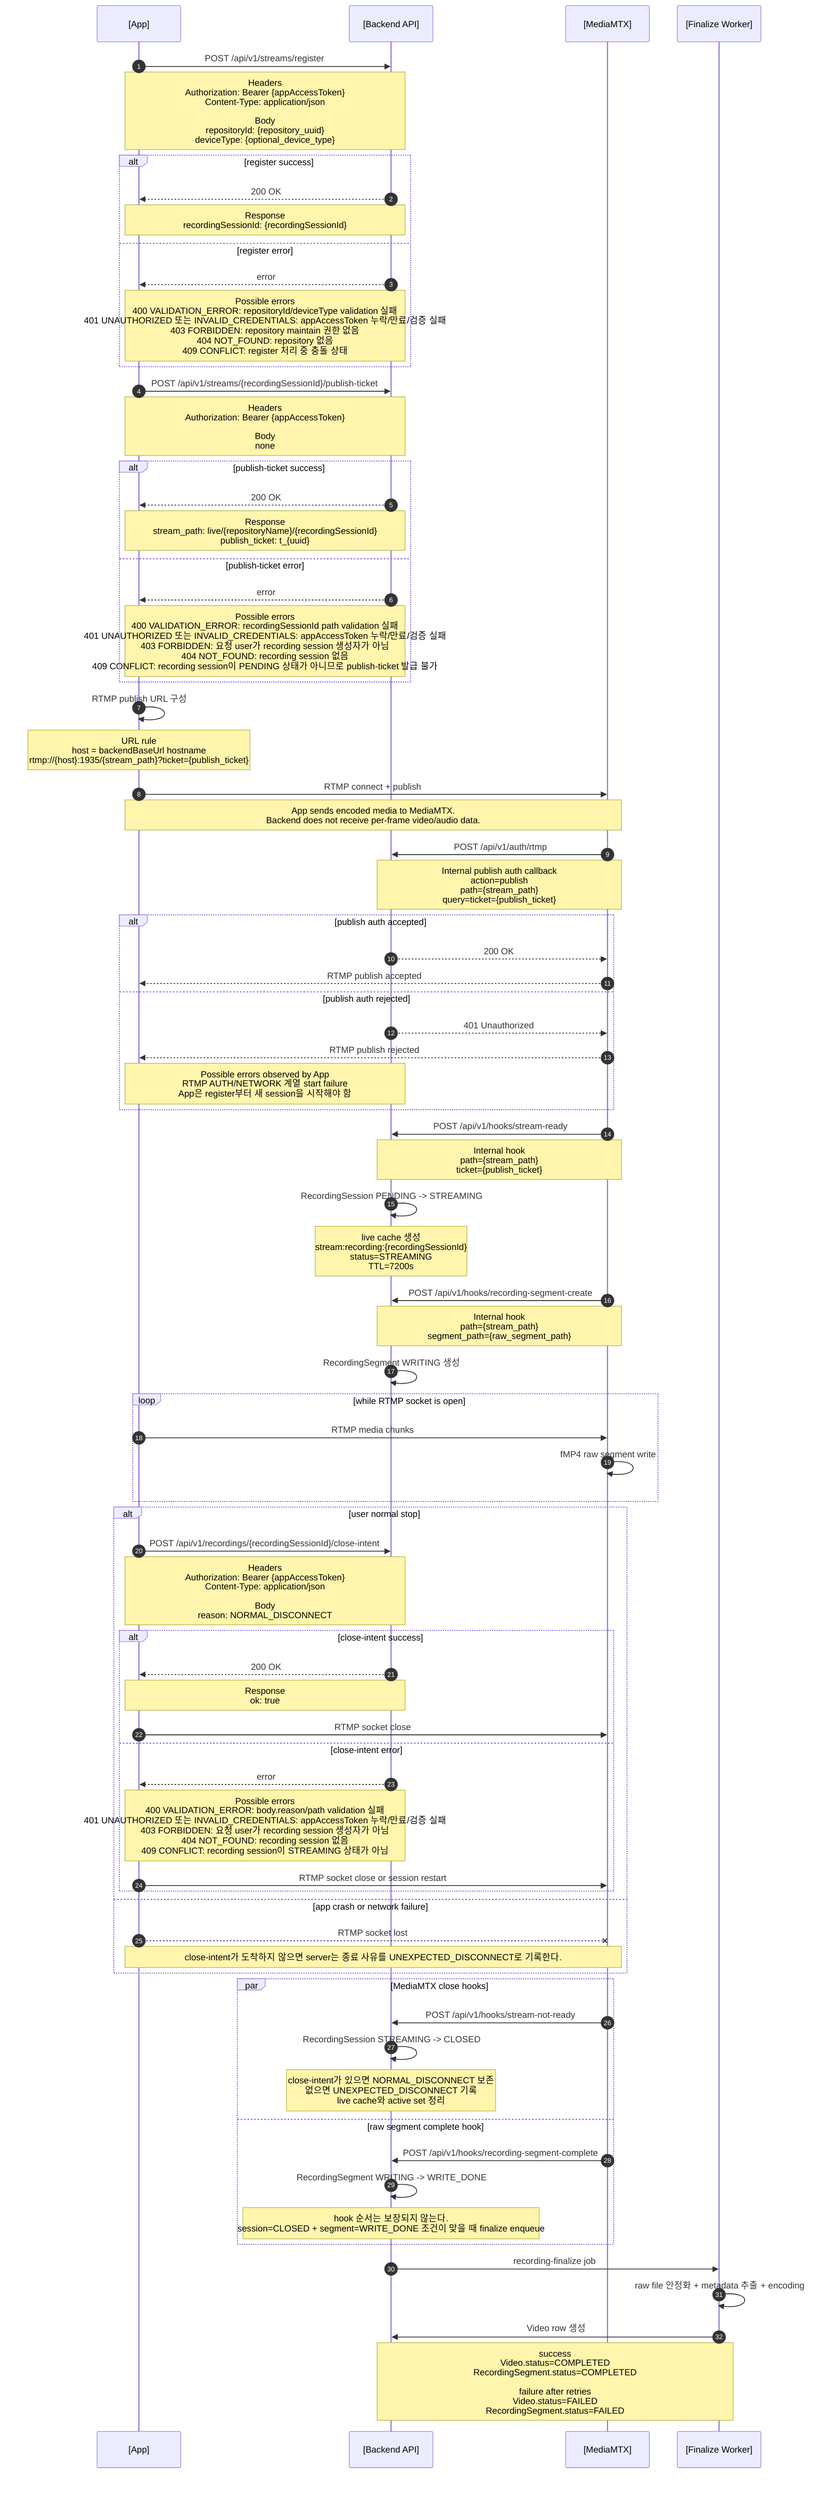
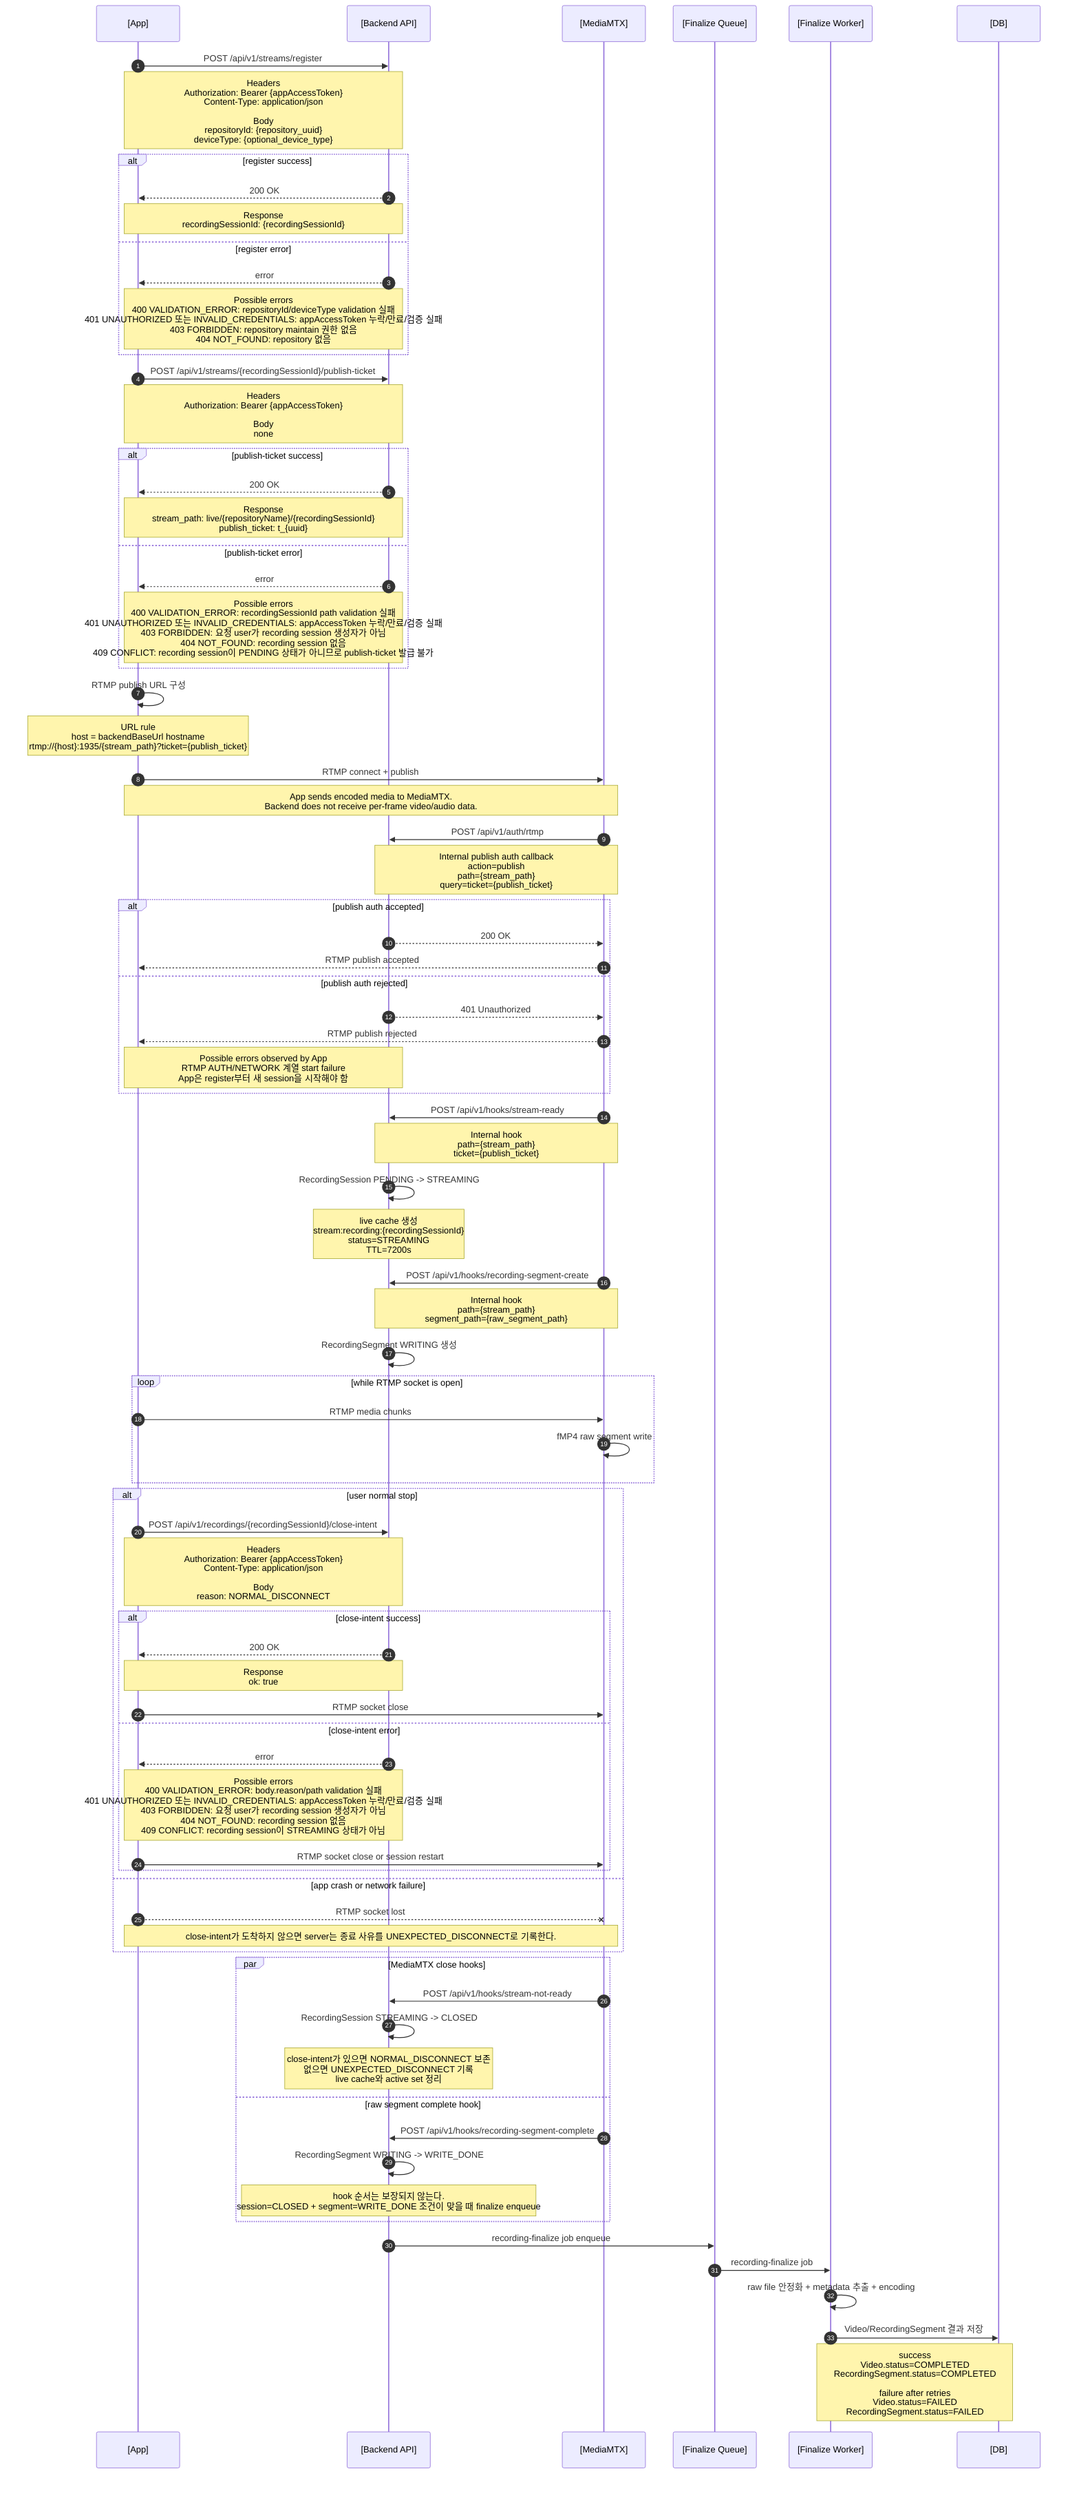
sequenceDiagram
  autonumber
  participant App as [App]
  participant Server as [Backend API]
  participant MTX as [MediaMTX]
+   participant Queue as [Finalize Queue]
  participant Worker as [Finalize Worker]
+   participant DB as [DB]

  App->>Server: POST /api/v1/streams/register
  Note over App,Server: Headers<br/>Authorization: Bearer {appAccessToken}<br/>Content-Type: application/json<br/><br/>Body<br/>repositoryId: {repository_uuid}<br/>deviceType: {optional_device_type}

  alt register success
    Server-->>App: 200 OK
    Note over App,Server: Response<br/>recordingSessionId: {recordingSessionId}
  else register error
    Server-->>App: error
-     Note over App,Server: Possible errors<br/>400 VALIDATION_ERROR: repositoryId/deviceType validation 실패<br/>401 UNAUTHORIZED 또는 INVALID_CREDENTIALS: appAccessToken 누락/만료/검증 실패<br/>403 FORBIDDEN: repository maintain 권한 없음<br/>404 NOT_FOUND: repository 없음<br/>409 CONFLICT: register 처리 중 충돌 상태
+     Note over App,Server: Possible errors<br/>400 VALIDATION_ERROR: repositoryId/deviceType validation 실패<br/>401 UNAUTHORIZED 또는 INVALID_CREDENTIALS: appAccessToken 누락/만료/검증 실패<br/>403 FORBIDDEN: repository maintain 권한 없음<br/>404 NOT_FOUND: repository 없음
  end

  App->>Server: POST /api/v1/streams/{recordingSessionId}/publish-ticket
  Note over App,Server: Headers<br/>Authorization: Bearer {appAccessToken}<br/><br/>Body<br/>none

  alt publish-ticket success
    Server-->>App: 200 OK
    Note over App,Server: Response<br/>stream_path: live/{repositoryName}/{recordingSessionId}<br/>publish_ticket: t_{uuid}
  else publish-ticket error
    Server-->>App: error
    Note over App,Server: Possible errors<br/>400 VALIDATION_ERROR: recordingSessionId path validation 실패<br/>401 UNAUTHORIZED 또는 INVALID_CREDENTIALS: appAccessToken 누락/만료/검증 실패<br/>403 FORBIDDEN: 요청 user가 recording session 생성자가 아님<br/>404 NOT_FOUND: recording session 없음<br/>409 CONFLICT: recording session이 PENDING 상태가 아니므로 publish-ticket 발급 불가
  end

  App->>App: RTMP publish URL 구성
  Note over App: URL rule<br/>host = backendBaseUrl hostname<br/>rtmp://{host}:1935/{stream_path}?ticket={publish_ticket}

  App->>MTX: RTMP connect + publish
  Note over App,MTX: App sends encoded media to MediaMTX.<br/>Backend does not receive per-frame video/audio data.

  MTX->>Server: POST /api/v1/auth/rtmp
  Note over MTX,Server: Internal publish auth callback<br/>action=publish<br/>path={stream_path}<br/>query=ticket={publish_ticket}

  alt publish auth accepted
    Server-->>MTX: 200 OK
    MTX-->>App: RTMP publish accepted
  else publish auth rejected
    Server-->>MTX: 401 Unauthorized
    MTX-->>App: RTMP publish rejected
    Note over App,Server: Possible errors observed by App<br/>RTMP AUTH/NETWORK 계열 start failure<br/>App은 register부터 새 session을 시작해야 함
  end

  MTX->>Server: POST /api/v1/hooks/stream-ready
  Note over MTX,Server: Internal hook<br/>path={stream_path}<br/>ticket={publish_ticket}
  Server->>Server: RecordingSession PENDING -> STREAMING
  Note over Server: live cache 생성<br/>stream:recording:{recordingSessionId}<br/>status=STREAMING<br/>TTL=7200s

  MTX->>Server: POST /api/v1/hooks/recording-segment-create
  Note over MTX,Server: Internal hook<br/>path={stream_path}<br/>segment_path={raw_segment_path}
  Server->>Server: RecordingSegment WRITING 생성

  loop while RTMP socket is open
    App->>MTX: RTMP media chunks
    MTX->>MTX: fMP4 raw segment write
  end

  alt user normal stop
    App->>Server: POST /api/v1/recordings/{recordingSessionId}/close-intent
    Note over App,Server: Headers<br/>Authorization: Bearer {appAccessToken}<br/>Content-Type: application/json<br/><br/>Body<br/>reason: NORMAL_DISCONNECT

    alt close-intent success
      Server-->>App: 200 OK
      Note over App,Server: Response<br/>ok: true
      App->>MTX: RTMP socket close
    else close-intent error
      Server-->>App: error
      Note over App,Server: Possible errors<br/>400 VALIDATION_ERROR: body.reason/path validation 실패<br/>401 UNAUTHORIZED 또는 INVALID_CREDENTIALS: appAccessToken 누락/만료/검증 실패<br/>403 FORBIDDEN: 요청 user가 recording session 생성자가 아님<br/>404 NOT_FOUND: recording session 없음<br/>409 CONFLICT: recording session이 STREAMING 상태가 아님
      App->>MTX: RTMP socket close or session restart
    end
  else app crash or network failure
    App--xMTX: RTMP socket lost
    Note over App,MTX: close-intent가 도착하지 않으면 server는 종료 사유를 UNEXPECTED_DISCONNECT로 기록한다.
  end

  par MediaMTX close hooks
    MTX->>Server: POST /api/v1/hooks/stream-not-ready
    Server->>Server: RecordingSession STREAMING -> CLOSED
    Note over Server: close-intent가 있으면 NORMAL_DISCONNECT 보존<br/>없으면 UNEXPECTED_DISCONNECT 기록<br/>live cache와 active set 정리
  and raw segment complete hook
    MTX->>Server: POST /api/v1/hooks/recording-segment-complete
    Server->>Server: RecordingSegment WRITING -> WRITE_DONE
    Note over Server: hook 순서는 보장되지 않는다.<br/>session=CLOSED + segment=WRITE_DONE 조건이 맞을 때 finalize enqueue
  end

-   Server->>Worker: recording-finalize job
+   Server->>Queue: recording-finalize job enqueue
+   Queue->>Worker: recording-finalize job
  Worker->>Worker: raw file 안정화 + metadata 추출 + encoding
-   Worker->>Server: Video row 생성
-   Note over Worker,Server: success<br/>Video.status=COMPLETED<br/>RecordingSegment.status=COMPLETED<br/><br/>failure after retries<br/>Video.status=FAILED<br/>RecordingSegment.status=FAILED
+   Worker->>DB: Video/RecordingSegment 결과 저장
+   Note over Worker,DB: success<br/>Video.status=COMPLETED<br/>RecordingSegment.status=COMPLETED<br/><br/>failure after retries<br/>Video.status=FAILED<br/>RecordingSegment.status=FAILED

%% 참고:
%% 이 문서는 App과 server-side streaming system 사이의 계약을 한 장으로 요약한다.
%% MediaMTX와 Finalize Worker는 server-side component이며, App이 직접 호출하는 HTTP API는 아니다.
%% 공통 error body shape:
%% { "error": { "code": "{ERROR_CODE}", "message": "{human_readable_message}", "details": {optional_details} } }
%% HTTP status code는 AppError.statusCode 또는 validation/auth middleware에서 결정된다.
%% App 계약:
%% App이 직접 호출하는 streaming HTTP API는 register, publish-ticket, close-intent다.
%% MediaMTX auth callback, MediaMTX hooks, finalize worker는 server-side 내부 흐름이며 App이 직접 호출하지 않는다.
%% App은 publish-ticket 응답의 stream_path와 publish_ticket만 사용해 RTMP publish URL을 만든다.
%% RTMP URL은 backendBaseUrl hostname, port 1935, returned stream_path, returned publish_ticket으로 구성한다.
%% App은 열린 RTMP publisher socket으로 encoded video/audio payload를 MediaMTX에 전송한다.
%% Backend는 per-frame video/audio data를 받지 않고 MediaMTX hook 이벤트와 worker job만 처리한다.
%% App은 legacy POST /api/v1/recordings/{recordingSessionId}/stop API를 호출하지 않는다.
%% App의 stop 버튼은 RTMP publisher connection을 바로 닫기 전에
%% POST /api/v1/recordings/{recordingSessionId}/close-intent 를 호출해야 한다.
%% close-intent body는 { "reason": "NORMAL_DISCONNECT" } 만 보낸다.
%% close-intent 200 OK 이후 RTMP publisher connection을 정상 close한다.
%% close-intent는 RecordingSession.status를 바꾸지 않는 STREAMING self-loop이다.
%% close-intent가 먼저 도착한 경우 stream-not-ready는 NORMAL_DISCONNECT를 보존한다.
%% close-intent 호출 실패 또는 app crash/network failure로 close-intent가 누락되면
%% Backend는 stream-not-ready/reconcile 시 UNEXPECTED_DISCONNECT로 기록한다.
%% MediaMTX stream-not-ready hook payload만으로 정상 close와 crash/reset/timeout을 정확히 구분하지 않는다.
%% App은 streaming 재시작 시 기존 recordingSessionId나 publish_ticket을 직접 재사용하지 않고 register부터 다시 호출한다.
%% register 이후 RTMP publish 전에 이탈했다면 같은 PENDING session이 재사용될 수 있다.
%% PENDING session이 재사용되더라도 이전 publish_ticket은 버리고 새 publish-ticket을 발급받아 사용한다.
%% RTMP publish 이후 STREAMING이 된 session은 재사용하지 않으며, 새 register는 새 PENDING session을 만든다.
%% App은 단일 streaming session의 최장 길이를 30분으로 제한한다. 이 제한은 backend가 강제하지 않는 app contract다.
%% 현재 구조에서는 App이 단일 recording session을 짧게 유지하는 전제이므로 정상 흐름의 segment rollover는 App 계약에서 다루지 않는다.
%% 상세 RTMP publish 인증 및 stream-ready 흐름은 .mermaid/3.rtmp-publish.mmd를 참고한다.
%% 상세 RTMP media 전송, hook race, finalize retry 흐름은 .mermaid/4.rtmp-stream.mmd를 참고한다.
